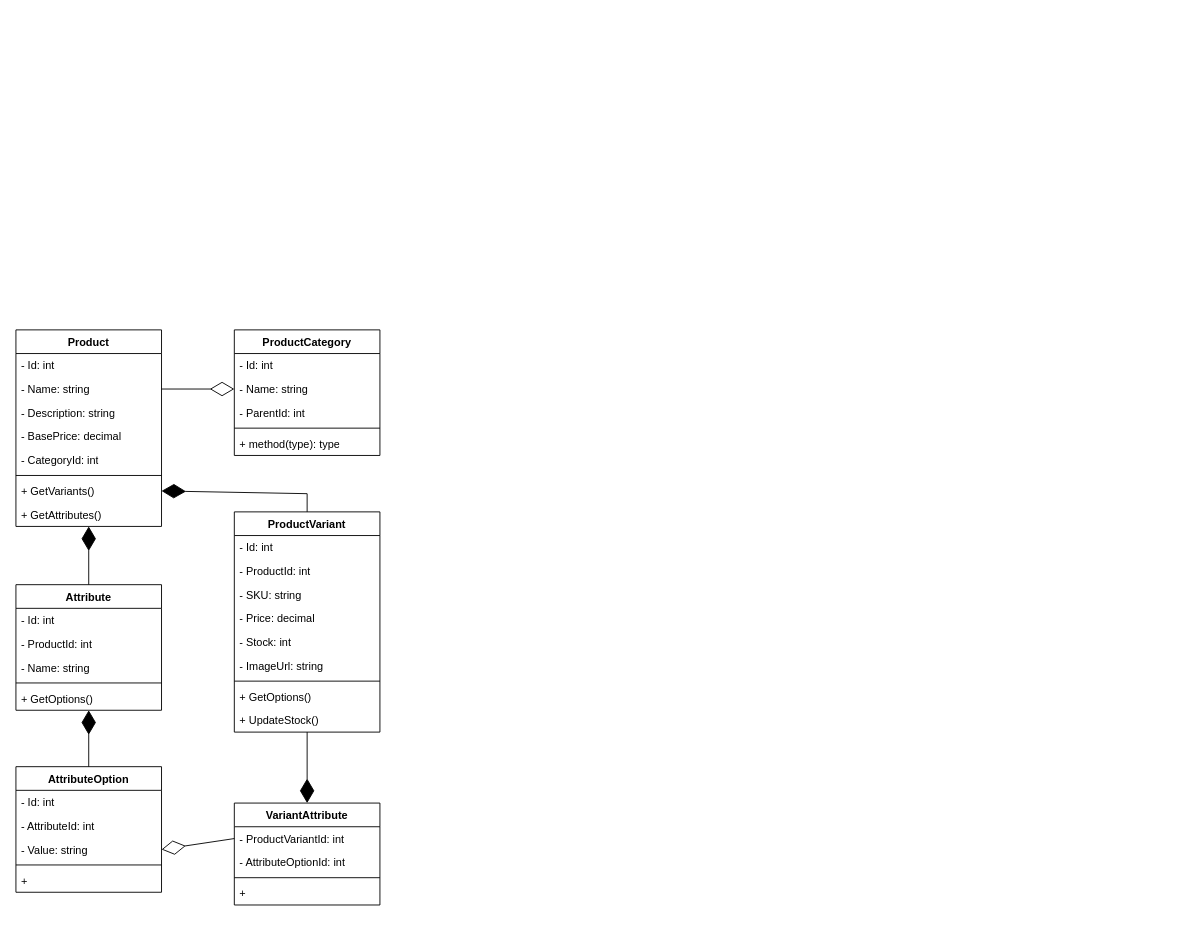
Earlier version of the draw.io diagram Ecommerce diagramm.drawio (Francisco-Galea/Diagramas-y-Otros). Source tidied: cells renumbered, new cells numbered last; positions are measured from the earlier drawing's top-left corner, leaving out a move shared by most shapes. Both pictures are drawn from the tidied source at 91%, with x=0, y=0 at pixel (15, 329).
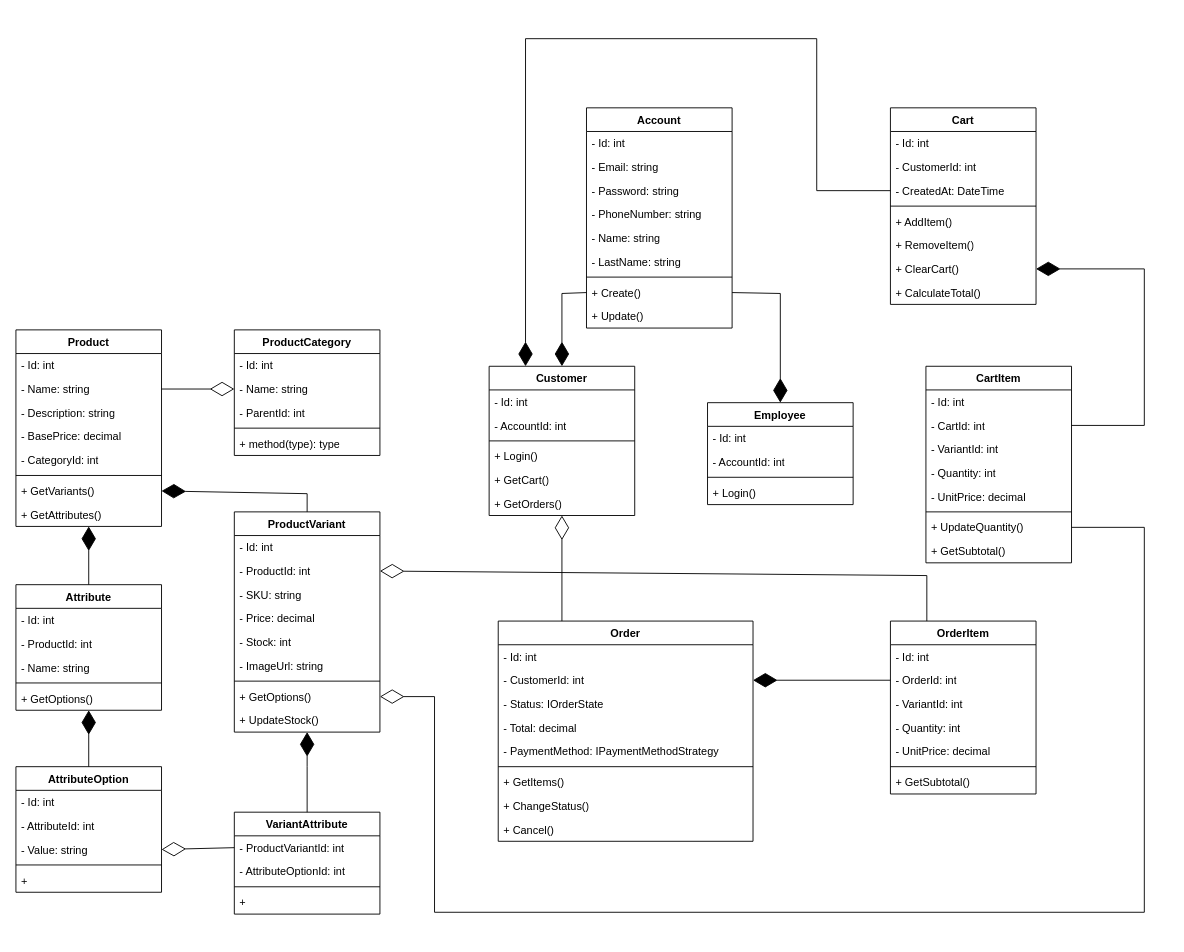
The same page after the edit.

The change refers to these unchanged cells:
```xml
<mxCell id="4" value="- Name: string" style="text;strokeColor=none;fillColor=none;align=left;verticalAlign=top;spacingLeft=4;spacingRight=4;overflow=hidden;points=[[0,0.5],[1,0.5]];portConstraint=eastwest;whiteSpace=wrap;html=1;" parent="2" vertex="1">
  <mxGeometry y="52" width="160" height="26" as="geometry" />
</mxCell>
<mxCell id="13" value="- Name: string" style="text;strokeColor=none;fillColor=none;align=left;verticalAlign=top;spacingLeft=4;spacingRight=4;overflow=hidden;points=[[0,0.5],[1,0.5]];portConstraint=eastwest;whiteSpace=wrap;html=1;" parent="11" vertex="1">
  <mxGeometry y="52" width="160" height="26" as="geometry" />
</mxCell>
<mxCell id="29" value="ProductVariant" style="swimlane;fontStyle=1;align=center;verticalAlign=top;horizontal=1;startSize=26;whiteSpace=wrap;html=1;" parent="1" vertex="1">
  <mxGeometry x="240" y="200" width="160" height="242" as="geometry" />
</mxCell>
<mxCell id="31" value="- ProductId: int" style="text;strokeColor=none;fillColor=none;align=left;verticalAlign=top;spacingLeft=4;spacingRight=4;overflow=hidden;points=[[0,0.5],[1,0.5]];portConstraint=eastwest;whiteSpace=wrap;html=1;" parent="29" vertex="1">
  <mxGeometry y="52" width="160" height="26" as="geometry" />
</mxCell>
<mxCell id="37" value="+ GetOptions()" style="text;strokeColor=none;fillColor=none;align=left;verticalAlign=top;spacingLeft=4;spacingRight=4;overflow=hidden;points=[[0,0.5],[1,0.5]];portConstraint=eastwest;whiteSpace=wrap;html=1;" parent="29" vertex="1">
  <mxGeometry y="190" width="160" height="26" as="geometry" />
</mxCell>
```

What changed in the source:
```diff
@@
     <mxCell id="39" value="VariantAttribute" style="swimlane;fontStyle=1;align=center;verticalAlign=top;horizontal=1;startSize=26;whiteSpace=wrap;html=1;" parent="1" vertex="1">
-      <mxGeometry x="240" y="520" width="160" height="112" as="geometry" />
+      <mxGeometry x="240" y="530" width="160" height="112" as="geometry" />
     </mxCell>
@@
-    <mxCell id="47" style="endArrow=diamondThin;endFill=0;endSize=24;html=1;rounded=0;entryX=0;entryY=0.5;entryDx=0;entryDy=0;exitX=1;exitY=0.5;exitDx=0;exitDy=0;" parent="1" edge="1" source="4" target="13">
+    <mxCell id="47" style="endArrow=diamondThin;endFill=0;endSize=24;html=1;rounded=0;exitX=1;exitY=0.5;exitDx=0;exitDy=0;entryX=0;entryY=0.5;entryDx=0;entryDy=0;" parent="1" edge="1" source="4" target="13">
       <mxGeometry relative="1" as="geometry" />
     </mxCell>
-    <mxCell id="48" style="endArrow=diamondThin;endFill=1;endSize=24;html=1;rounded=0;entryX=0.5;entryY=0;entryDx=0;entryDy=0;" parent="1" edge="1" source="29" target="39">
-      <mxGeometry relative="1" as="geometry" />
+    <mxCell id="48" style="endArrow=diamondThin;endFill=1;endSize=24;html=1;rounded=0;exitX=0.5;exitY=0;exitDx=0;exitDy=0;" parent="1" edge="1" source="39" target="29">
+      <mxGeometry relative="1" as="geometry">
+        <Array as="points">
+          <mxPoint x="320" y="480" />
+        </Array>
+      </mxGeometry>
     </mxCell>
@@
+    <mxCell id="50" value="Customer&lt;div&gt;&lt;br&gt;&lt;/div&gt;" style="swimlane;fontStyle=1;align=center;verticalAlign=top;horizontal=1;startSize=26;whiteSpace=wrap;html=1;" parent="1" vertex="1">
+      <mxGeometry x="520" y="40" width="160" height="164" as="geometry" />
+    </mxCell>
+    <mxCell id="51" value="- Id: int" style="text;strokeColor=none;fillColor=none;align=left;verticalAlign=top;spacingLeft=4;spacingRight=4;overflow=hidden;whiteSpace=wrap;html=1;" parent="50" vertex="1">
+      <mxGeometry y="26" width="160" height="26" as="geometry" />
+    </mxCell>
+    <mxCell id="52" value="- AccountId: int" style="text;strokeColor=none;fillColor=none;align=left;verticalAlign=top;spacingLeft=4;spacingRight=4;overflow=hidden;whiteSpace=wrap;html=1;" parent="50" vertex="1">
+      <mxGeometry y="52" width="160" height="26" as="geometry" />
+    </mxCell>
+    <mxCell id="53" style="line;strokeWidth=1;fillColor=none;align=left;verticalAlign=middle;spacingTop=-1;spacingLeft=3;spacingRight=3;labelPosition=right;strokeColor=inherit;" parent="50" vertex="1">
+      <mxGeometry y="78" width="160" height="8" as="geometry" />
+    </mxCell>
+    <mxCell id="54" value="+ Login()" style="text;strokeColor=none;fillColor=none;align=left;verticalAlign=top;spacingLeft=4;spacingRight=4;overflow=hidden;whiteSpace=wrap;html=1;" parent="50" vertex="1">
+      <mxGeometry y="86" width="160" height="26" as="geometry" />
+    </mxCell>
+    <mxCell id="55" value="+ GetCart()" style="text;strokeColor=none;fillColor=none;align=left;verticalAlign=top;spacingLeft=4;spacingRight=4;overflow=hidden;whiteSpace=wrap;html=1;" parent="50" vertex="1">
+      <mxGeometry y="112" width="160" height="26" as="geometry" />
+    </mxCell>
+    <mxCell id="56" value="+ GetOrders()" style="text;strokeColor=none;fillColor=none;align=left;verticalAlign=top;spacingLeft=4;spacingRight=4;overflow=hidden;whiteSpace=wrap;html=1;" parent="50" vertex="1">
+      <mxGeometry y="138" width="160" height="26" as="geometry" />
+    </mxCell>
+    <mxCell id="57" value="Account" style="swimlane;fontStyle=1;align=center;verticalAlign=top;horizontal=1;startSize=26;whiteSpace=wrap;html=1;" parent="1" vertex="1">
+      <mxGeometry x="627" y="-244" width="160" height="242" as="geometry" />
+    </mxCell>
+    <mxCell id="58" value="- Id: int" style="text;strokeColor=none;fillColor=none;align=left;verticalAlign=top;spacingLeft=4;spacingRight=4;overflow=hidden;whiteSpace=wrap;html=1;" parent="57" vertex="1">
+      <mxGeometry y="26" width="160" height="26" as="geometry" />
+    </mxCell>
+    <mxCell id="59" value="- Email: string" style="text;strokeColor=none;fillColor=none;align=left;verticalAlign=top;spacingLeft=4;spacingRight=4;overflow=hidden;whiteSpace=wrap;html=1;" parent="57" vertex="1">
+      <mxGeometry y="52" width="160" height="26" as="geometry" />
+    </mxCell>
+    <mxCell id="60" value="- Password: string" style="text;strokeColor=none;fillColor=none;align=left;verticalAlign=top;spacingLeft=4;spacingRight=4;overflow=hidden;whiteSpace=wrap;html=1;" parent="57" vertex="1">
+      <mxGeometry y="78" width="160" height="26" as="geometry" />
+    </mxCell>
+    <mxCell id="61" value="- PhoneNumber: string" style="text;strokeColor=none;fillColor=none;align=left;verticalAlign=top;spacingLeft=4;spacingRight=4;overflow=hidden;whiteSpace=wrap;html=1;" parent="57" vertex="1">
+      <mxGeometry y="104" width="160" height="26" as="geometry" />
+    </mxCell>
+    <mxCell id="62" value="- Name: string" style="text;strokeColor=none;fillColor=none;align=left;verticalAlign=top;spacingLeft=4;spacingRight=4;overflow=hidden;whiteSpace=wrap;html=1;" parent="57" vertex="1">
+      <mxGeometry y="130" width="160" height="26" as="geometry" />
+    </mxCell>
+    <mxCell id="63" value="- LastName: string" style="text;strokeColor=none;fillColor=none;align=left;verticalAlign=top;spacingLeft=4;spacingRight=4;overflow=hidden;whiteSpace=wrap;html=1;" parent="57" vertex="1">
+      <mxGeometry y="156" width="160" height="26" as="geometry" />
+    </mxCell>
+    <mxCell id="64" style="line;strokeWidth=1;fillColor=none;align=left;verticalAlign=middle;spacingTop=-1;spacingLeft=3;spacingRight=3;labelPosition=right;strokeColor=inherit;" parent="57" vertex="1">
+      <mxGeometry y="182" width="160" height="8" as="geometry" />
+    </mxCell>
+    <mxCell id="65" value="+ Create()" style="text;strokeColor=none;fillColor=none;align=left;verticalAlign=top;spacingLeft=4;spacingRight=4;overflow=hidden;points=[[0,0.5],[1,0.5]];portConstraint=eastwest;whiteSpace=wrap;html=1;" parent="57" vertex="1">
+      <mxGeometry y="190" width="160" height="26" as="geometry" />
+    </mxCell>
+    <mxCell id="66" value="+ Update()" style="text;strokeColor=none;fillColor=none;align=left;verticalAlign=top;spacingLeft=4;spacingRight=4;overflow=hidden;whiteSpace=wrap;html=1;" parent="57" vertex="1">
+      <mxGeometry y="216" width="160" height="26" as="geometry" />
+    </mxCell>
+    <mxCell id="67" value="Employee" style="swimlane;fontStyle=1;align=center;verticalAlign=top;horizontal=1;startSize=26;whiteSpace=wrap;html=1;" parent="1" vertex="1">
+      <mxGeometry x="760" y="80" width="160" height="112" as="geometry" />
+    </mxCell>
+    <mxCell id="68" value="- Id: int" style="text;strokeColor=none;fillColor=none;align=left;verticalAlign=top;spacingLeft=4;spacingRight=4;overflow=hidden;whiteSpace=wrap;html=1;" parent="67" vertex="1">
+      <mxGeometry y="26" width="160" height="26" as="geometry" />
+    </mxCell>
+    <mxCell id="69" value="- AccountId: int" style="text;strokeColor=none;fillColor=none;align=left;verticalAlign=top;spacingLeft=4;spacingRight=4;overflow=hidden;whiteSpace=wrap;html=1;" parent="67" vertex="1">
+      <mxGeometry y="52" width="160" height="26" as="geometry" />
+    </mxCell>
+    <mxCell id="70" style="line;strokeWidth=1;fillColor=none;align=left;verticalAlign=middle;spacingTop=-1;spacingLeft=3;spacingRight=3;labelPosition=right;strokeColor=inherit;" parent="67" vertex="1">
+      <mxGeometry y="78" width="160" height="8" as="geometry" />
+    </mxCell>
+    <mxCell id="71" value="+ Login()" style="text;strokeColor=none;fillColor=none;align=left;verticalAlign=top;spacingLeft=4;spacingRight=4;overflow=hidden;whiteSpace=wrap;html=1;" parent="67" vertex="1">
+      <mxGeometry y="86" width="160" height="26" as="geometry" />
+    </mxCell>
+    <mxCell id="72" value="Cart" style="swimlane;fontStyle=1;align=center;verticalAlign=top;horizontal=1;startSize=26;whiteSpace=wrap;html=1;" parent="1" vertex="1">
+      <mxGeometry x="961" y="-244" width="160" height="216" as="geometry" />
+    </mxCell>
+    <mxCell id="73" value="- Id: int" style="text;strokeColor=none;fillColor=none;align=left;verticalAlign=top;spacingLeft=4;spacingRight=4;overflow=hidden;whiteSpace=wrap;html=1;" parent="72" vertex="1">
+      <mxGeometry y="26" width="160" height="26" as="geometry" />
+    </mxCell>
+    <mxCell id="74" value="- CustomerId: int" style="text;strokeColor=none;fillColor=none;align=left;verticalAlign=top;spacingLeft=4;spacingRight=4;overflow=hidden;whiteSpace=wrap;html=1;" parent="72" vertex="1">
+      <mxGeometry y="52" width="160" height="26" as="geometry" />
+    </mxCell>
+    <mxCell id="75" value="- CreatedAt: DateTime" style="text;strokeColor=none;fillColor=none;align=left;verticalAlign=top;spacingLeft=4;spacingRight=4;overflow=hidden;points=[[0,0.5],[1,0.5]];portConstraint=eastwest;whiteSpace=wrap;html=1;" parent="72" vertex="1">
+      <mxGeometry y="78" width="160" height="26" as="geometry" />
+    </mxCell>
+    <mxCell id="76" style="line;strokeWidth=1;fillColor=none;align=left;verticalAlign=middle;spacingTop=-1;spacingLeft=3;spacingRight=3;labelPosition=right;strokeColor=inherit;" parent="72" vertex="1">
+      <mxGeometry y="104" width="160" height="8" as="geometry" />
+    </mxCell>
+    <mxCell id="77" value="+ AddItem()" style="text;strokeColor=none;fillColor=none;align=left;verticalAlign=top;spacingLeft=4;spacingRight=4;overflow=hidden;whiteSpace=wrap;html=1;" parent="72" vertex="1">
+      <mxGeometry y="112" width="160" height="26" as="geometry" />
+    </mxCell>
+    <mxCell id="78" value="+ RemoveItem()" style="text;strokeColor=none;fillColor=none;align=left;verticalAlign=top;spacingLeft=4;spacingRight=4;overflow=hidden;whiteSpace=wrap;html=1;" parent="72" vertex="1">
+      <mxGeometry y="138" width="160" height="26" as="geometry" />
+    </mxCell>
+    <mxCell id="79" value="+ ClearCart()" style="text;strokeColor=none;fillColor=none;align=left;verticalAlign=top;spacingLeft=4;spacingRight=4;overflow=hidden;points=[[0,0.5],[1,0.5]];portConstraint=eastwest;whiteSpace=wrap;html=1;" parent="72" vertex="1">
+      <mxGeometry y="164" width="160" height="26" as="geometry" />
+    </mxCell>
+    <mxCell id="80" value="+ CalculateTotal()" style="text;strokeColor=none;fillColor=none;align=left;verticalAlign=top;spacingLeft=4;spacingRight=4;overflow=hidden;whiteSpace=wrap;html=1;" parent="72" vertex="1">
+      <mxGeometry y="190" width="160" height="26" as="geometry" />
+    </mxCell>
+    <mxCell id="81" value="CartItem" style="swimlane;fontStyle=1;align=center;verticalAlign=top;horizontal=1;startSize=26;whiteSpace=wrap;html=1;" parent="1" vertex="1">
+      <mxGeometry x="1000" y="40" width="160" height="216" as="geometry" />
+    </mxCell>
+    <mxCell id="82" value="- Id: int" style="text;strokeColor=none;fillColor=none;align=left;verticalAlign=top;spacingLeft=4;spacingRight=4;overflow=hidden;whiteSpace=wrap;html=1;" parent="81" vertex="1">
+      <mxGeometry y="26" width="160" height="26" as="geometry" />
+    </mxCell>
+    <mxCell id="83" value="- CartId: int" style="text;strokeColor=none;fillColor=none;align=left;verticalAlign=top;spacingLeft=4;spacingRight=4;overflow=hidden;points=[[0,0.5],[1,0.5]];portConstraint=eastwest;whiteSpace=wrap;html=1;" parent="81" vertex="1">
+      <mxGeometry y="52" width="160" height="26" as="geometry" />
+    </mxCell>
+    <mxCell id="84" value="- VariantId: int" style="text;strokeColor=none;fillColor=none;align=left;verticalAlign=top;spacingLeft=4;spacingRight=4;overflow=hidden;whiteSpace=wrap;html=1;" parent="81" vertex="1">
+      <mxGeometry y="78" width="160" height="26" as="geometry" />
+    </mxCell>
+    <mxCell id="85" value="- Quantity: int" style="text;strokeColor=none;fillColor=none;align=left;verticalAlign=top;spacingLeft=4;spacingRight=4;overflow=hidden;whiteSpace=wrap;html=1;" parent="81" vertex="1">
+      <mxGeometry y="104" width="160" height="26" as="geometry" />
+    </mxCell>
+    <mxCell id="86" value="- UnitPrice: decimal" style="text;strokeColor=none;fillColor=none;align=left;verticalAlign=top;spacingLeft=4;spacingRight=4;overflow=hidden;whiteSpace=wrap;html=1;" parent="81" vertex="1">
+      <mxGeometry y="130" width="160" height="26" as="geometry" />
+    </mxCell>
+    <mxCell id="87" style="line;strokeWidth=1;fillColor=none;align=left;verticalAlign=middle;spacingTop=-1;spacingLeft=3;spacingRight=3;labelPosition=right;strokeColor=inherit;" parent="81" vertex="1">
+      <mxGeometry y="156" width="160" height="8" as="geometry" />
+    </mxCell>
+    <mxCell id="88" value="+ UpdateQuantity()" style="text;strokeColor=none;fillColor=none;align=left;verticalAlign=top;spacingLeft=4;spacingRight=4;overflow=hidden;points=[[0,0.5],[1,0.5]];portConstraint=eastwest;whiteSpace=wrap;html=1;" parent="81" vertex="1">
+      <mxGeometry y="164" width="160" height="26" as="geometry" />
+    </mxCell>
+    <mxCell id="89" value="+ GetSubtotal()" style="text;strokeColor=none;fillColor=none;align=left;verticalAlign=top;spacingLeft=4;spacingRight=4;overflow=hidden;whiteSpace=wrap;html=1;" parent="81" vertex="1">
+      <mxGeometry y="190" width="160" height="26" as="geometry" />
+    </mxCell>
+    <mxCell id="90" value="Order" style="swimlane;fontStyle=1;align=center;verticalAlign=top;horizontal=1;startSize=26;whiteSpace=wrap;html=1;" parent="1" vertex="1">
+      <mxGeometry x="530" y="320" width="280" height="242" as="geometry" />
+    </mxCell>
+    <mxCell id="91" value="- Id: int" style="text;strokeColor=none;fillColor=none;align=left;verticalAlign=top;spacingLeft=4;spacingRight=4;overflow=hidden;whiteSpace=wrap;html=1;" parent="90" vertex="1">
+      <mxGeometry y="26" width="280" height="26" as="geometry" />
+    </mxCell>
+    <mxCell id="92" value="- CustomerId: int" style="text;strokeColor=none;fillColor=none;align=left;verticalAlign=top;spacingLeft=4;spacingRight=4;overflow=hidden;points=[[0,0.5],[1,0.5]];portConstraint=eastwest;whiteSpace=wrap;html=1;" parent="90" vertex="1">
+      <mxGeometry y="52" width="280" height="26" as="geometry" />
+    </mxCell>
+    <mxCell id="93" value="- Status: IOrderState" style="text;strokeColor=none;fillColor=none;align=left;verticalAlign=top;spacingLeft=4;spacingRight=4;overflow=hidden;whiteSpace=wrap;html=1;" parent="90" vertex="1">
+      <mxGeometry y="78" width="280" height="26" as="geometry" />
+    </mxCell>
+    <mxCell id="94" value="- Total: decimal" style="text;strokeColor=none;fillColor=none;align=left;verticalAlign=top;spacingLeft=4;spacingRight=4;overflow=hidden;whiteSpace=wrap;html=1;" parent="90" vertex="1">
+      <mxGeometry y="104" width="280" height="26" as="geometry" />
+    </mxCell>
+    <mxCell id="95" value="- PaymentMethod: IPaymentMethodStrategy" style="text;strokeColor=none;fillColor=none;align=left;verticalAlign=top;spacingLeft=4;spacingRight=4;overflow=hidden;whiteSpace=wrap;html=1;" parent="90" vertex="1">
+      <mxGeometry y="130" width="280" height="26" as="geometry" />
+    </mxCell>
+    <mxCell id="96" style="line;strokeWidth=1;fillColor=none;align=left;verticalAlign=middle;spacingTop=-1;spacingLeft=3;spacingRight=3;labelPosition=right;strokeColor=inherit;" parent="90" vertex="1">
+      <mxGeometry y="156" width="280" height="8" as="geometry" />
+    </mxCell>
+    <mxCell id="97" value="+ GetItems()" style="text;strokeColor=none;fillColor=none;align=left;verticalAlign=top;spacingLeft=4;spacingRight=4;overflow=hidden;whiteSpace=wrap;html=1;" parent="90" vertex="1">
+      <mxGeometry y="164" width="280" height="26" as="geometry" />
+    </mxCell>
+    <mxCell id="98" value="+ ChangeStatus()" style="text;strokeColor=none;fillColor=none;align=left;verticalAlign=top;spacingLeft=4;spacingRight=4;overflow=hidden;whiteSpace=wrap;html=1;" parent="90" vertex="1">
+      <mxGeometry y="190" width="280" height="26" as="geometry" />
+    </mxCell>
+    <mxCell id="99" value="+ Cancel()" style="text;strokeColor=none;fillColor=none;align=left;verticalAlign=top;spacingLeft=4;spacingRight=4;overflow=hidden;whiteSpace=wrap;html=1;" parent="90" vertex="1">
+      <mxGeometry y="216" width="280" height="26" as="geometry" />
+    </mxCell>
+    <mxCell id="100" value="OrderItem" style="swimlane;fontStyle=1;align=center;verticalAlign=top;horizontal=1;startSize=26;whiteSpace=wrap;html=1;" parent="1" vertex="1">
+      <mxGeometry x="961" y="320" width="160" height="190" as="geometry" />
+    </mxCell>
+    <mxCell id="101" value="- Id: int" style="text;strokeColor=none;fillColor=none;align=left;verticalAlign=top;spacingLeft=4;spacingRight=4;overflow=hidden;whiteSpace=wrap;html=1;" parent="100" vertex="1">
+      <mxGeometry y="26" width="160" height="26" as="geometry" />
+    </mxCell>
+    <mxCell id="102" value="- OrderId: int" style="text;strokeColor=none;fillColor=none;align=left;verticalAlign=top;spacingLeft=4;spacingRight=4;overflow=hidden;points=[[0,0.5],[1,0.5]];portConstraint=eastwest;whiteSpace=wrap;html=1;" parent="100" vertex="1">
+      <mxGeometry y="52" width="160" height="26" as="geometry" />
+    </mxCell>
+    <mxCell id="103" value="- VariantId: int" style="text;strokeColor=none;fillColor=none;align=left;verticalAlign=top;spacingLeft=4;spacingRight=4;overflow=hidden;whiteSpace=wrap;html=1;" parent="100" vertex="1">
+      <mxGeometry y="78" width="160" height="26" as="geometry" />
+    </mxCell>
+    <mxCell id="104" value="- Quantity: int" style="text;strokeColor=none;fillColor=none;align=left;verticalAlign=top;spacingLeft=4;spacingRight=4;overflow=hidden;whiteSpace=wrap;html=1;" parent="100" vertex="1">
+      <mxGeometry y="104" width="160" height="26" as="geometry" />
+    </mxCell>
+    <mxCell id="105" value="- UnitPrice: decimal" style="text;strokeColor=none;fillColor=none;align=left;verticalAlign=top;spacingLeft=4;spacingRight=4;overflow=hidden;whiteSpace=wrap;html=1;" parent="100" vertex="1">
+      <mxGeometry y="130" width="160" height="26" as="geometry" />
+    </mxCell>
+    <mxCell id="106" style="line;strokeWidth=1;fillColor=none;align=left;verticalAlign=middle;spacingTop=-1;spacingLeft=3;spacingRight=3;labelPosition=right;strokeColor=inherit;" parent="100" vertex="1">
+      <mxGeometry y="156" width="160" height="8" as="geometry" />
+    </mxCell>
+    <mxCell id="107" value="+ GetSubtotal()" style="text;strokeColor=none;fillColor=none;align=left;verticalAlign=top;spacingLeft=4;spacingRight=4;overflow=hidden;whiteSpace=wrap;html=1;" parent="100" vertex="1">
+      <mxGeometry y="164" width="160" height="26" as="geometry" />
+    </mxCell>
+    <mxCell id="108" style="endArrow=diamondThin;endFill=1;endSize=24;html=1;rounded=0;entryX=0.5;entryY=0;entryDx=0;entryDy=0;exitX=0;exitY=0.5;exitDx=0;exitDy=0;" parent="1" edge="1" source="65" target="50">
+      <mxGeometry relative="1" as="geometry">
+        <Array as="points">
+          <mxPoint x="600" y="-40" />
+        </Array>
+      </mxGeometry>
+    </mxCell>
+    <mxCell id="109" style="endArrow=diamondThin;endFill=1;endSize=24;html=1;rounded=0;entryX=0.5;entryY=0;entryDx=0;entryDy=0;exitX=1;exitY=0.5;exitDx=0;exitDy=0;" parent="1" edge="1" source="65" target="67">
+      <mxGeometry relative="1" as="geometry">
+        <Array as="points">
+          <mxPoint x="840" y="-40" />
+        </Array>
+      </mxGeometry>
+    </mxCell>
+    <mxCell id="110" style="endArrow=diamondThin;endFill=1;endSize=24;html=1;rounded=0;entryX=1;entryY=0.5;entryDx=0;entryDy=0;exitX=1;exitY=0.5;exitDx=0;exitDy=0;" parent="1" edge="1" source="83" target="79">
+      <mxGeometry relative="1" as="geometry">
+        <Array as="points">
+          <mxPoint x="1240" y="105" />
+          <mxPoint x="1240" y="-67" />
+        </Array>
+      </mxGeometry>
+    </mxCell>
+    <mxCell id="111" style="endArrow=diamondThin;endFill=1;endSize=24;html=1;rounded=0;entryX=0.25;entryY=0;entryDx=0;entryDy=0;exitX=0;exitY=0.5;exitDx=0;exitDy=0;" parent="1" edge="1" source="75" target="50">
+      <mxGeometry relative="1" as="geometry">
+        <Array as="points">
+          <mxPoint x="880" y="-153" />
+          <mxPoint x="880" y="-320" />
+          <mxPoint x="560" y="-320" />
+        </Array>
+      </mxGeometry>
+    </mxCell>
+    <mxCell id="112" style="endArrow=diamondThin;endFill=0;endSize=24;html=1;rounded=0;entryX=1;entryY=0.5;entryDx=0;entryDy=0;exitX=1;exitY=0.5;exitDx=0;exitDy=0;" parent="1" edge="1" source="88" target="37">
+      <mxGeometry relative="1" as="geometry">
+        <Array as="points">
+          <mxPoint x="1240" y="217" />
+          <mxPoint x="1240" y="640" />
+          <mxPoint x="460" y="640" />
+          <mxPoint x="460" y="403" />
+        </Array>
+      </mxGeometry>
+    </mxCell>
+    <mxCell id="113" style="endArrow=diamondThin;endFill=0;endSize=24;html=1;rounded=0;exitX=0.25;exitY=0;exitDx=0;exitDy=0;" parent="1" edge="1" source="90" target="50">
+      <mxGeometry relative="1" as="geometry" />
+    </mxCell>
+    <mxCell id="114" style="endArrow=diamondThin;endFill=1;endSize=24;html=1;rounded=0;entryX=1;entryY=0.5;entryDx=0;entryDy=0;exitX=0;exitY=0.5;exitDx=0;exitDy=0;" parent="1" edge="1" source="102" target="92">
+      <mxGeometry relative="1" as="geometry" />
+    </mxCell>
+    <mxCell id="115" style="endArrow=diamondThin;endFill=0;endSize=24;html=1;rounded=0;entryX=1;entryY=0.5;entryDx=0;entryDy=0;exitX=0.25;exitY=0;exitDx=0;exitDy=0;" parent="1" edge="1" source="100" target="31">
+      <mxGeometry relative="1" as="geometry">
+        <Array as="points">
+          <mxPoint x="1001" y="270" />
+        </Array>
+      </mxGeometry>
+    </mxCell>
```
